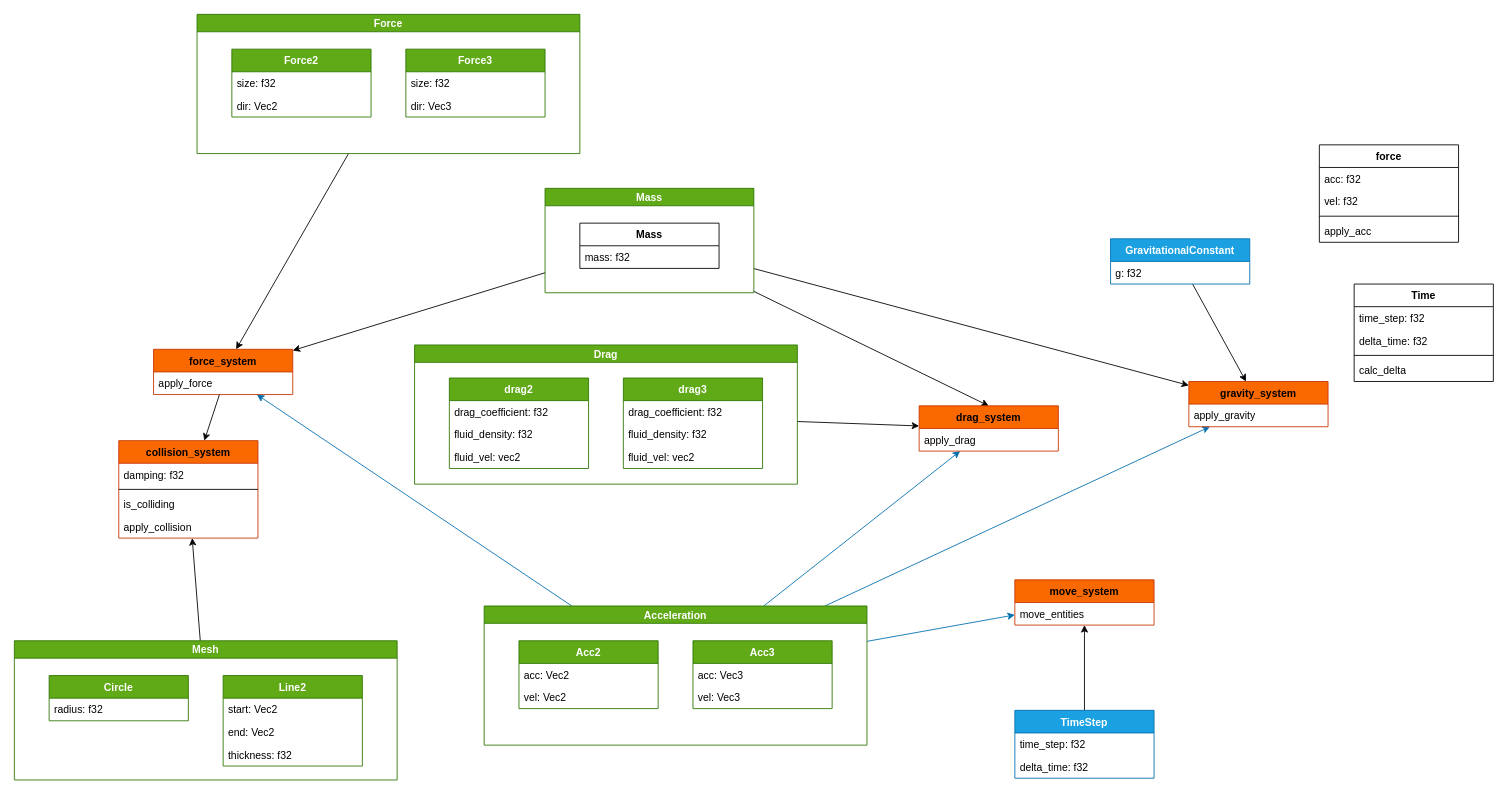
philipandwaffle/physics_engine keeps this draw.io diagram as uml.drawio. Above is the earlier version. Source tidied: cells renumbered, new cells numbered last; positions are measured from the earlier drawing's top-left corner, leaving out a move shared by most shapes. Both pictures are drawn from the tidied source at 87%, with x=0, y=0 at pixel (14, 14).
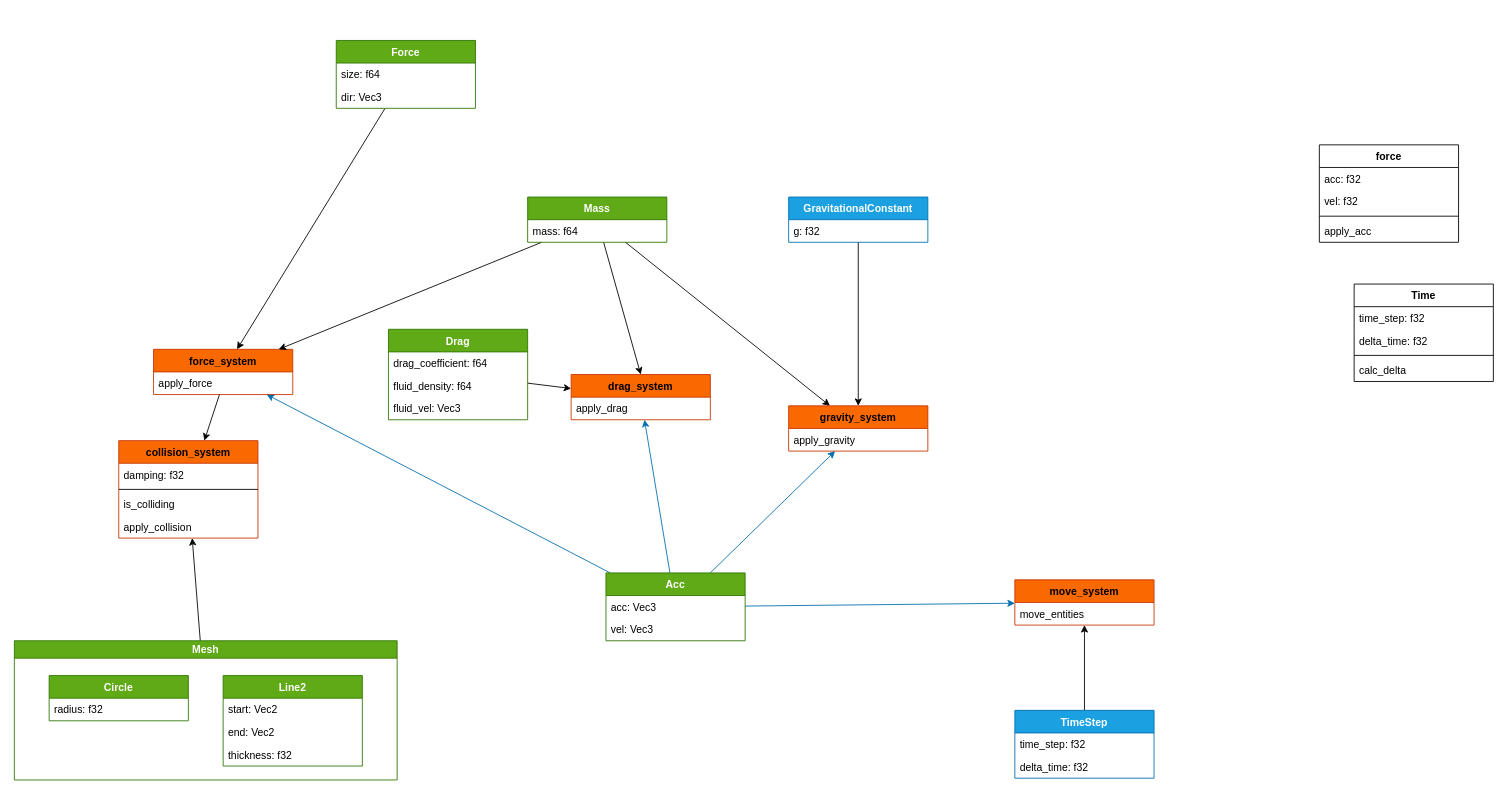
The same diagram, later.

Unchanged cells that the change refers to:
```xml
<mxCell id="14" value="force_system" style="swimlane;fontStyle=1;align=center;verticalAlign=top;horizontal=1;startSize=26;fillColor=#fa6800;fontColor=#000000;strokeColor=#C73500;" parent="1" vertex="1">
  <mxGeometry x="160" y="385" width="160" height="52" as="geometry" />
</mxCell>
<mxCell id="56" value="move_system" style="swimlane;fontStyle=1;align=center;verticalAlign=top;horizontal=1;startSize=26;fillColor=#fa6800;fontColor=#000000;strokeColor=#C73500;" parent="1" vertex="1">
  <mxGeometry x="1150" y="650" width="160" height="52" as="geometry" />
</mxCell>
```

Change to the diagram source:
```diff
@@
-    <mxCell id="12" style="edgeStyle=none;html=1;fillColor=#1ba1e2;strokeColor=#006EAF;" parent="1" edge="1" source="26" target="14">
+    <mxCell id="12" style="edgeStyle=none;html=1;fillColor=#1ba1e2;strokeColor=#006EAF;" parent="1" edge="1" source="30" target="14">
       <mxGeometry relative="1" as="geometry" />
     </mxCell>
-    <mxCell id="13" style="edgeStyle=none;html=1;" parent="1" edge="1" source="16" target="14">
+    <mxCell id="13" style="edgeStyle=none;html=1;" parent="1" edge="1" source="20" target="14">
       <mxGeometry relative="1" as="geometry" />
     </mxCell>
@@
-    <mxCell id="16" value="Force" style="swimlane;startSize=20;fillColor=#60a917;fontColor=#ffffff;strokeColor=#2D7600;" parent="1" vertex="1">
-      <mxGeometry x="210" width="440" height="160" as="geometry" />
-    </mxCell>
-    <mxCell id="17" value="Force2" style="swimlane;fontStyle=1;align=center;verticalAlign=top;horizontal=1;startSize=26;fillColor=#60a917;fontColor=#ffffff;strokeColor=#2D7600;" parent="16" vertex="1">
-      <mxGeometry x="40" y="40" width="160" height="78" as="geometry" />
-    </mxCell>
-    <mxCell id="18" value="size: f32" style="text;strokeColor=none;fillColor=none;align=left;verticalAlign=top;spacingLeft=4;spacingRight=4;overflow=hidden;" parent="17" vertex="1">
-      <mxGeometry y="26" width="160" height="26" as="geometry" />
-    </mxCell>
-    <mxCell id="19" value="dir: Vec2" style="text;strokeColor=none;fillColor=none;align=left;verticalAlign=top;spacingLeft=4;spacingRight=4;overflow=hidden;" parent="17" vertex="1">
-      <mxGeometry y="52" width="160" height="26" as="geometry" />
-    </mxCell>
-    <mxCell id="20" value="Force3" style="swimlane;fontStyle=1;align=center;verticalAlign=top;horizontal=1;startSize=26;fillColor=#60a917;fontColor=#ffffff;strokeColor=#2D7600;" parent="16" vertex="1">
-      <mxGeometry x="240" y="40" width="160" height="78" as="geometry" />
-    </mxCell>
-    <mxCell id="21" value="size: f32" style="text;strokeColor=none;fillColor=none;align=left;verticalAlign=top;spacingLeft=4;spacingRight=4;overflow=hidden;" parent="20" vertex="1">
-      <mxGeometry y="26" width="160" height="26" as="geometry" />
-    </mxCell>
-    <mxCell id="22" value="dir: Vec3" style="text;strokeColor=none;fillColor=none;align=left;verticalAlign=top;spacingLeft=4;spacingRight=4;overflow=hidden;" parent="20" vertex="1">
-      <mxGeometry y="52" width="160" height="26" as="geometry" />
-    </mxCell>
-    <mxCell id="23" style="edgeStyle=none;html=1;fillColor=#1ba1e2;strokeColor=#006EAF;" parent="1" edge="1" source="26" target="49">
+    <mxCell id="23" style="edgeStyle=none;html=1;fillColor=#1ba1e2;strokeColor=#006EAF;" parent="1" edge="1" source="30" target="49">
       <mxGeometry relative="1" as="geometry" />
     </mxCell>
-    <mxCell id="24" style="edgeStyle=none;html=1;fillColor=#1ba1e2;strokeColor=#006EAF;" parent="1" edge="1" source="26" target="56">
+    <mxCell id="24" style="edgeStyle=none;html=1;fillColor=#1ba1e2;strokeColor=#006EAF;" parent="1" edge="1" source="30" target="56">
       <mxGeometry relative="1" as="geometry" />
     </mxCell>
-    <mxCell id="25" style="edgeStyle=none;html=1;fillColor=#1ba1e2;strokeColor=#006EAF;" parent="1" edge="1" source="26" target="62">
+    <mxCell id="25" style="edgeStyle=none;html=1;fillColor=#1ba1e2;strokeColor=#006EAF;" parent="1" edge="1" source="30" target="62">
       <mxGeometry relative="1" as="geometry" />
     </mxCell>
-    <mxCell id="26" value="Acceleration" style="swimlane;startSize=20;fillColor=#60a917;fontColor=#ffffff;strokeColor=#2D7600;" parent="1" vertex="1">
-      <mxGeometry x="540" y="680" width="440" height="160" as="geometry" />
-    </mxCell>
-    <mxCell id="27" value="Acc2" style="swimlane;fontStyle=1;align=center;verticalAlign=top;horizontal=1;startSize=26;fillColor=#60a917;fontColor=#ffffff;strokeColor=#2D7600;" parent="26" vertex="1">
-      <mxGeometry x="40" y="40" width="160" height="78" as="geometry" />
-    </mxCell>
-    <mxCell id="28" value="acc: Vec2" style="text;strokeColor=none;fillColor=none;align=left;verticalAlign=top;spacingLeft=4;spacingRight=4;overflow=hidden;" parent="27" vertex="1">
-      <mxGeometry y="26" width="160" height="26" as="geometry" />
-    </mxCell>
-    <mxCell id="29" value="vel: Vec2" style="text;strokeColor=none;fillColor=none;align=left;verticalAlign=top;spacingLeft=4;spacingRight=4;overflow=hidden;" parent="27" vertex="1">
-      <mxGeometry y="52" width="160" height="26" as="geometry" />
-    </mxCell>
-    <mxCell id="30" value="Acc3" style="swimlane;fontStyle=1;align=center;verticalAlign=top;horizontal=1;startSize=26;fillColor=#60a917;fontColor=#ffffff;strokeColor=#2D7600;" parent="26" vertex="1">
-      <mxGeometry x="240" y="40" width="160" height="78" as="geometry" />
-    </mxCell>
-    <mxCell id="31" value="acc: Vec3" style="text;strokeColor=none;fillColor=none;align=left;verticalAlign=top;spacingLeft=4;spacingRight=4;overflow=hidden;" parent="30" vertex="1">
-      <mxGeometry y="26" width="160" height="26" as="geometry" />
-    </mxCell>
-    <mxCell id="32" value="vel: Vec3" style="text;strokeColor=none;fillColor=none;align=left;verticalAlign=top;spacingLeft=4;spacingRight=4;overflow=hidden;" parent="30" vertex="1">
-      <mxGeometry y="52" width="160" height="26" as="geometry" />
-    </mxCell>
@@
-    <mxCell id="41" style="edgeStyle=none;html=1;" parent="1" edge="1" source="44" target="14">
+    <mxCell id="41" style="edgeStyle=none;html=1;" parent="1" edge="1" source="45" target="14">
       <mxGeometry relative="1" as="geometry" />
     </mxCell>
-    <mxCell id="42" style="edgeStyle=none;html=1;" parent="1" edge="1" source="44" target="49">
+    <mxCell id="42" style="edgeStyle=none;html=1;" parent="1" edge="1" source="45" target="49">
       <mxGeometry relative="1" as="geometry" />
     </mxCell>
-    <mxCell id="43" style="edgeStyle=none;html=1;entryX=0.5;entryY=0;entryDx=0;entryDy=0;" parent="1" edge="1" source="44" target="62">
+    <mxCell id="43" style="edgeStyle=none;html=1;entryX=0.5;entryY=0;entryDx=0;entryDy=0;" parent="1" edge="1" source="45" target="62">
       <mxGeometry relative="1" as="geometry" />
     </mxCell>
-    <mxCell id="44" value="Mass" style="swimlane;startSize=20;fillColor=#60a917;fontColor=#ffffff;strokeColor=#2D7600;" parent="1" vertex="1">
-      <mxGeometry x="610" y="200" width="240" height="120" as="geometry" />
-    </mxCell>
-    <mxCell id="45" value="Mass" style="swimlane;fontStyle=1;align=center;verticalAlign=top;horizontal=1;startSize=26;" parent="44" vertex="1">
-      <mxGeometry x="40" y="40" width="160" height="52" as="geometry" />
-    </mxCell>
-    <mxCell id="46" value="mass: f32" style="text;strokeColor=none;fillColor=none;align=left;verticalAlign=top;spacingLeft=4;spacingRight=4;overflow=hidden;" parent="45" vertex="1">
-      <mxGeometry y="26" width="160" height="26" as="geometry" />
-    </mxCell>
@@
     <mxCell id="49" value="gravity_system" style="swimlane;fontStyle=1;align=center;verticalAlign=top;horizontal=1;startSize=26;fillColor=#fa6800;fontColor=#000000;strokeColor=#C73500;" parent="1" vertex="1">
-      <mxGeometry x="1350" y="422" width="160" height="52" as="geometry" />
+      <mxGeometry x="890" y="450" width="160" height="52" as="geometry" />
     </mxCell>
@@
-    <mxCell id="61" style="edgeStyle=none;html=1;" parent="1" edge="1" source="64" target="62">
+    <mxCell id="61" style="edgeStyle=none;html=1;" parent="1" edge="1" source="69" target="62">
       <mxGeometry relative="1" as="geometry" />
     </mxCell>
     <mxCell id="62" value="drag_system" style="swimlane;fontStyle=1;align=center;verticalAlign=top;horizontal=1;startSize=26;fillColor=#fa6800;fontColor=#000000;strokeColor=#C73500;" parent="1" vertex="1">
-      <mxGeometry x="1040" y="450" width="160" height="52" as="geometry" />
+      <mxGeometry x="640" y="414" width="160" height="52" as="geometry" />
     </mxCell>
@@
-    <mxCell id="64" value="Drag" style="swimlane;startSize=20;fillColor=#60a917;fontColor=#ffffff;strokeColor=#2D7600;" parent="1" vertex="1">
-      <mxGeometry x="460" y="380" width="440" height="160" as="geometry" />
-    </mxCell>
-    <mxCell id="65" value="drag2" style="swimlane;fontStyle=1;align=center;verticalAlign=top;horizontal=1;startSize=26;fillColor=#60a917;fontColor=#ffffff;strokeColor=#2D7600;" parent="64" vertex="1">
-      <mxGeometry x="40" y="38" width="160" height="104" as="geometry" />
-    </mxCell>
-    <mxCell id="66" value="drag_coefficient: f32" style="text;strokeColor=none;fillColor=none;align=left;verticalAlign=top;spacingLeft=4;spacingRight=4;overflow=hidden;" parent="65" vertex="1">
-      <mxGeometry y="26" width="160" height="26" as="geometry" />
-    </mxCell>
-    <mxCell id="67" value="fluid_density: f32" style="text;strokeColor=none;fillColor=none;align=left;verticalAlign=top;spacingLeft=4;spacingRight=4;overflow=hidden;" parent="65" vertex="1">
-      <mxGeometry y="52" width="160" height="26" as="geometry" />
-    </mxCell>
-    <mxCell id="68" value="fluid_vel: vec2" style="text;strokeColor=none;fillColor=none;align=left;verticalAlign=top;spacingLeft=4;spacingRight=4;overflow=hidden;" parent="65" vertex="1">
-      <mxGeometry y="78" width="160" height="26" as="geometry" />
-    </mxCell>
+    <mxCell id="73" style="edgeStyle=none;html=1;" parent="1" edge="1" source="74" target="49">
+      <mxGeometry relative="1" as="geometry" />
+    </mxCell>
+    <mxCell id="74" value="GravitationalConstant" style="swimlane;fontStyle=1;align=center;verticalAlign=top;horizontal=1;startSize=26;fillColor=#1ba1e2;fontColor=#ffffff;strokeColor=#006EAF;" parent="1" vertex="1">
+      <mxGeometry x="890" y="210" width="160" height="52" as="geometry" />
+    </mxCell>
+    <mxCell id="75" value="g: f32" style="text;strokeColor=none;fillColor=none;align=left;verticalAlign=top;spacingLeft=4;spacingRight=4;overflow=hidden;" parent="74" vertex="1">
+      <mxGeometry y="26" width="160" height="26" as="geometry" />
+    </mxCell>
+    <mxCell id="45" value="Mass" style="swimlane;fontStyle=1;align=center;verticalAlign=top;horizontal=1;startSize=26;fillColor=#60a917;fontColor=#ffffff;strokeColor=#2D7600;" parent="1" vertex="1">
+      <mxGeometry x="590" y="210" width="160" height="52" as="geometry" />
+    </mxCell>
+    <mxCell id="46" value="mass: f64" style="text;strokeColor=none;fillColor=none;align=left;verticalAlign=top;spacingLeft=4;spacingRight=4;overflow=hidden;" parent="45" vertex="1">
+      <mxGeometry y="26" width="160" height="26" as="geometry" />
+    </mxCell>
-    <mxCell id="69" value="drag3" style="swimlane;fontStyle=1;align=center;verticalAlign=top;horizontal=1;startSize=26;fillColor=#60a917;fontColor=#ffffff;strokeColor=#2D7600;" parent="64" vertex="1">
-      <mxGeometry x="240" y="38" width="160" height="104" as="geometry" />
+    <mxCell id="69" value="Drag" style="swimlane;fontStyle=1;align=center;verticalAlign=top;horizontal=1;startSize=26;fillColor=#60a917;fontColor=#ffffff;strokeColor=#2D7600;" parent="1" vertex="1">
+      <mxGeometry x="430" y="362" width="160" height="104" as="geometry" />
     </mxCell>
-    <mxCell id="70" value="drag_coefficient: f32" style="text;strokeColor=none;fillColor=none;align=left;verticalAlign=top;spacingLeft=4;spacingRight=4;overflow=hidden;" parent="69" vertex="1">
+    <mxCell id="70" value="drag_coefficient: f64" style="text;strokeColor=none;fillColor=none;align=left;verticalAlign=top;spacingLeft=4;spacingRight=4;overflow=hidden;" parent="69" vertex="1">
       <mxGeometry y="26" width="160" height="26" as="geometry" />
     </mxCell>
-    <mxCell id="71" value="fluid_density: f32" style="text;strokeColor=none;fillColor=none;align=left;verticalAlign=top;spacingLeft=4;spacingRight=4;overflow=hidden;" parent="69" vertex="1">
+    <mxCell id="71" value="fluid_density: f64" style="text;strokeColor=none;fillColor=none;align=left;verticalAlign=top;spacingLeft=4;spacingRight=4;overflow=hidden;" parent="69" vertex="1">
       <mxGeometry y="52" width="160" height="26" as="geometry" />
     </mxCell>
-    <mxCell id="72" value="fluid_vel: vec2" style="text;strokeColor=none;fillColor=none;align=left;verticalAlign=top;spacingLeft=4;spacingRight=4;overflow=hidden;" parent="69" vertex="1">
+    <mxCell id="72" value="fluid_vel: Vec3" style="text;strokeColor=none;fillColor=none;align=left;verticalAlign=top;spacingLeft=4;spacingRight=4;overflow=hidden;" parent="69" vertex="1">
       <mxGeometry y="78" width="160" height="26" as="geometry" />
     </mxCell>
-    <mxCell id="73" style="edgeStyle=none;html=1;" parent="1" edge="1" source="74" target="49">
-      <mxGeometry relative="1" as="geometry" />
-    </mxCell>
-    <mxCell id="74" value="GravitationalConstant" style="swimlane;fontStyle=1;align=center;verticalAlign=top;horizontal=1;startSize=26;fillColor=#1ba1e2;fontColor=#ffffff;strokeColor=#006EAF;" parent="1" vertex="1">
-      <mxGeometry x="1260" y="258" width="160" height="52" as="geometry" />
-    </mxCell>
-    <mxCell id="75" value="g: f32" style="text;strokeColor=none;fillColor=none;align=left;verticalAlign=top;spacingLeft=4;spacingRight=4;overflow=hidden;" parent="74" vertex="1">
-      <mxGeometry y="26" width="160" height="26" as="geometry" />
-    </mxCell>
+    <mxCell id="20" value="Force" style="swimlane;fontStyle=1;align=center;verticalAlign=top;horizontal=1;startSize=26;fillColor=#60a917;fontColor=#ffffff;strokeColor=#2D7600;" parent="1" vertex="1">
+      <mxGeometry x="370" y="30" width="160" height="78" as="geometry" />
+    </mxCell>
+    <mxCell id="21" value="size: f64" style="text;strokeColor=none;fillColor=none;align=left;verticalAlign=top;spacingLeft=4;spacingRight=4;overflow=hidden;" parent="20" vertex="1">
+      <mxGeometry y="26" width="160" height="26" as="geometry" />
+    </mxCell>
+    <mxCell id="22" value="dir: Vec3" style="text;strokeColor=none;fillColor=none;align=left;verticalAlign=top;spacingLeft=4;spacingRight=4;overflow=hidden;" parent="20" vertex="1">
+      <mxGeometry y="52" width="160" height="26" as="geometry" />
+    </mxCell>
+    <mxCell id="30" value="Acc" style="swimlane;fontStyle=1;align=center;verticalAlign=top;horizontal=1;startSize=26;fillColor=#60a917;fontColor=#ffffff;strokeColor=#2D7600;" parent="1" vertex="1">
+      <mxGeometry x="680" y="642" width="160" height="78" as="geometry" />
+    </mxCell>
+    <mxCell id="31" value="acc: Vec3" style="text;strokeColor=none;fillColor=none;align=left;verticalAlign=top;spacingLeft=4;spacingRight=4;overflow=hidden;" parent="30" vertex="1">
+      <mxGeometry y="26" width="160" height="26" as="geometry" />
+    </mxCell>
+    <mxCell id="32" value="vel: Vec3" style="text;strokeColor=none;fillColor=none;align=left;verticalAlign=top;spacingLeft=4;spacingRight=4;overflow=hidden;" parent="30" vertex="1">
+      <mxGeometry y="52" width="160" height="26" as="geometry" />
+    </mxCell>
```
